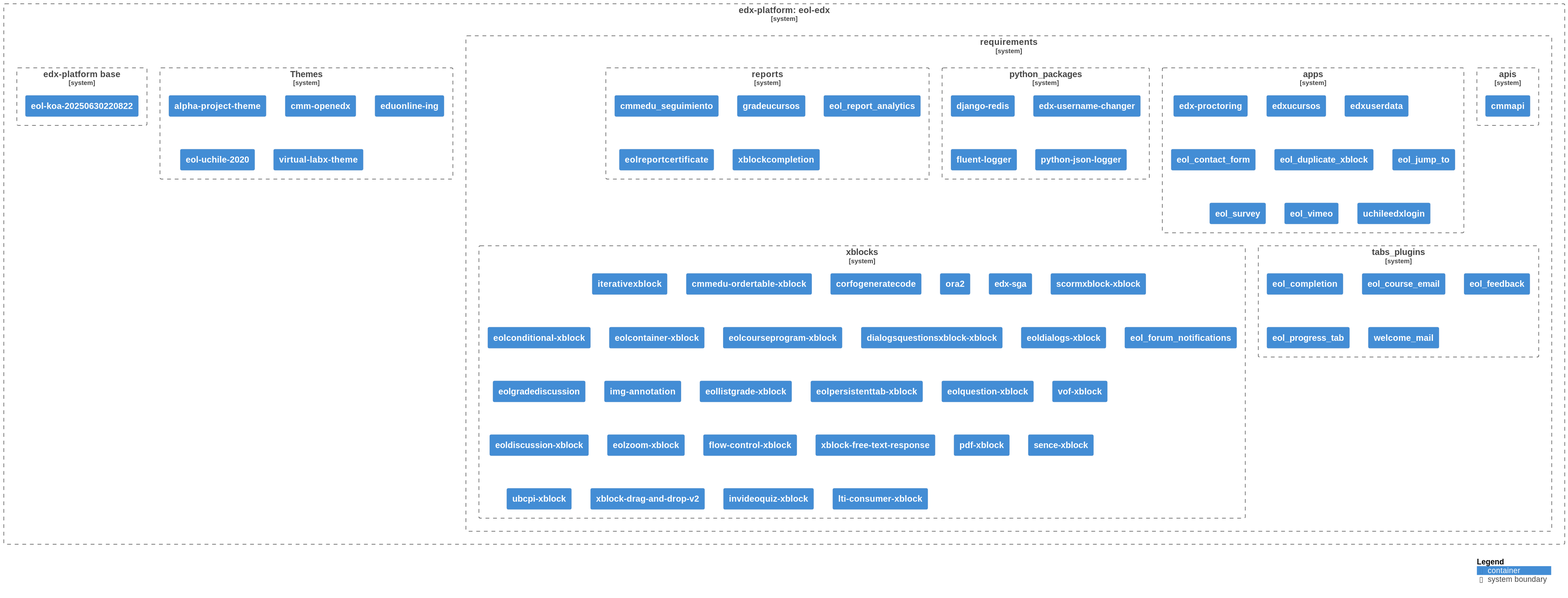
The PlantUML diagram diagrams/diagram.svg in eol-uchile/eol-edx, before a commit. Source of this version:
```plantuml
@startuml
!define C4Container https://raw.githubusercontent.com/plantuml-stdlib/C4-PlantUML/master/C4_Container.puml
!include C4Container

skinparam svgLinkTarget foo

System_Boundary(c1, "edx-platform: eol-edx", $link="https://github.com/eol-uchile/eol-edx") {
    System_Boundary(c2, "requirements", $link="https://github.com/eol-uchile/eol-edx/blob/eol-release/koa/requirements/") {

            System_Boundary(apis, "apis", $link="https://github.com/eol-uchile/eol-edx/blob/eol-release/koa/requirements/apis.txt") {

                Container(apis1, "cmmapi", $link="https://github.com/eol-uchile/CMM-API/commit/03c52a7087341288f01aa3fe130c6d3f0e34cade")

            }

            System_Boundary(apps, "apps", $link="https://github.com/eol-uchile/eol-edx/blob/eol-release/koa/requirements/apps.txt") {

                Container(apps1, "edx-proctoring", $link="https://github.com/eol-uchile/edx-proctoring/commit/a928e8a15aaad5bfa7a2fa34005a95b6e36eb713")

                Container(apps2, "edxucursos", $link="https://github.com/eol-uchile/edx-ucursos/releases/tag/0.1.0")

                Container(apps3, "edxuserdata", $link="https://github.com/eol-uchile/edx-userdata/releases/tag/0.0.2")

                Container(apps4, "eol_contact_form", $link="https://github.com/eol-uchile/eol_contact_form/commit/c59e764eee1c8bcae8fb25011a78b2353d14aa63")

                Container(apps5, "eol_duplicate_xblock", $link="https://github.com/eol-uchile/eol_duplicate_xblock/releases/tag/1.0.0")

                Container(apps6, "eol_jump_to", $link="https://github.com/eol-uchile/eol_jump_to/releases/tag/0.0.1")

                Container(apps7, "eol_survey", $link="https://github.com/eol-uchile/eol_survey/releases/tag/1.0.0")

                Container(apps8, "eol_vimeo", $link="https://github.com/eol-uchile/eol_vimeo/releases/tag/1.0.0")

                Container(apps9, "uchileedxlogin", $link="https://github.com/eol-uchile/uchileedxlogin/releases/tag/0.0.1")

            }

            System_Boundary(python_packages, "python_packages", $link="https://github.com/eol-uchile/eol-edx/blob/eol-release/koa/requirements/python_packages.txt") {

                Container(python_packages1, "django-redis")

                Container(python_packages2, "edx-username-changer", $link="https://github.com/mitodl/edx-username-changer.git/releases/tag/main")

                Container(python_packages3, "fluent-logger")

                Container(python_packages4, "python-json-logger")

            }

            System_Boundary(reports, "reports", $link="https://github.com/eol-uchile/eol-edx/blob/eol-release/koa/requirements/reports.txt") {

                Container(reports1, "cmmedu_seguimiento", $link="https://github.com/cmmedu/cmmedu-seguimiento/releases/tag/v1.0.4")

                Container(reports2, "gradeucursos", $link="https://github.com/eol-uchile/eol_grade_ucursos/releases/tag/1.0.0")

                Container(reports3, "eol_report_analytics", $link="https://github.com/eol-uchile/eol_report_analytics/commit/feef8ef18e1e1f3959c1a6073ccdb365a7c14466")

                Container(reports4, "eolreportcertificate", $link="https://github.com/eol-uchile/eol_report_certificate/releases/tag/1.0.0")

                Container(reports5, "xblockcompletion", $link="https://github.com/eol-uchile/eol_xblock_completion/releases/tag/0.0.3")

            }

            System_Boundary(tabs_plugins, "tabs_plugins", $link="https://github.com/eol-uchile/eol-edx/blob/eol-release/koa/requirements/tabs_plugins.txt") {

                Container(tabs_plugins1, "eol_completion", $link="https://github.com/eol-uchile/eol_completion/releases/tag/0.0.1")

                Container(tabs_plugins2, "eol_course_email", $link="https://github.com/eol-uchile/eol_course_email/commit/cfcca8a18389f64a1383f686a684c585019d16f1")

                Container(tabs_plugins3, "eol_feedback", $link="https://github.com/eol-uchile/eol_feedback/commit/8fb78e4a9acfe2d1d3e48c296721029ec9b7cdf1")

                Container(tabs_plugins4, "eol_progress_tab", $link="https://github.com/eol-uchile/eol_progress_tab/releases/tag/0.0.1")

                Container(tabs_plugins5, "welcome_mail", $link="https://github.com/eol-uchile/eol_welcome_mail/releases/tag/0.0.1")

            }

            System_Boundary(xblocks, "xblocks", $link="https://github.com/eol-uchile/eol-edx/blob/eol-release/koa/requirements/xblocks.txt") {

                Container(xblocks1, "iterativexblock", $link="https://github.com/cmmedu/iterative-xblock/releases/tag/v1.0.5")

                Container(xblocks2, "cmmedu-ordertable-xblock", $link="https://github.com/cmmedu/cmmedu-ordertable-xblock/releases/tag/v1.0.1")

                Container(xblocks3, "corfogeneratecode", $link="https://github.com/eol-uchile/corfo_generate_code/releases/tag/1.0.0")

                Container(xblocks4, "ora2", $link="https://github.com/eol-uchile/edx-ora2/commit/e873498bd2671b830f19a2441ec1608b7d4bbbc4")

                Container(xblocks5, "edx-sga", $link="https://github.com/eol-uchile/edx-sga/commit/12948a546025eddf570eee59820b0356d42f6620")

                Container(xblocks6, "scormxblock-xblock", $link="https://github.com/eol-uchile/edx_xblock_scorm/commit/c23184c0e22a7847f0b0c917bbe431c2973770fb")

                Container(xblocks7, "eolconditional-xblock", $link="https://github.com/eol-uchile/eol-conditional-xblock/releases/tag/1.0.0")

                Container(xblocks8, "eolcontainer-xblock", $link="https://github.com/eol-uchile/eol-container-xblock/releases/tag/v1.0.0")

                Container(xblocks9, "eolcourseprogram-xblock", $link="https://github.com/eol-uchile/eol-course-program-xblock/commit/df549273a21c6b4674c6645940d7f33c4c8a2aea")

                Container(xblocks10, "dialogsquestionsxblock-xblock", $link="https://github.com/eol-uchile/eol-dialogs-question-xblock/releases/tag/v1.0.0")

                Container(xblocks11, "eoldialogs-xblock", $link="https://github.com/eol-uchile/eol-dialogs-xblock/commit/d7386ecf32511ce720173276736a11cc3a1301c5")

                Container(xblocks12, "eol_forum_notifications", $link="https://github.com/eol-uchile/eol_forum_notifications/releases/tag/1.0.0")

                Container(xblocks13, "eolgradediscussion", $link="https://github.com/eol-uchile/eol_gradeforum_xblock/commit/1b5160b01a081aa68b42f9aed87845fa88b2b8a0")

                Container(xblocks14, "img-annotation", $link="https://github.com/eol-uchile/eol_img_annotation/releases/tag/1.0.0")

                Container(xblocks15, "eollistgrade-xblock", $link="https://github.com/eol-uchile/eol_list_grade/releases/tag/1.0.0")

                Container(xblocks16, "eolpersistenttab-xblock", $link="https://github.com/eol-uchile/eol-persistent-tab-xblock/releases/tag/1.0.0")

                Container(xblocks17, "eolquestion-xblock", $link="https://github.com/eol-uchile/eol-question-xblock/releases/tag/v1.0.0")

                Container(xblocks18, "vof-xblock", $link="https://github.com/eol-uchile/eol-vof-xblock/releases/tag/v1.0.1")

                Container(xblocks19, "eoldiscussion-xblock", $link="https://github.com/eol-uchile/eol_xblock_discussion/releases/tag/1.0.0")

                Container(xblocks20, "eolzoom-xblock", $link="https://github.com/eol-uchile/eol-zoom-xblock/releases/tag/1.0.0")

                Container(xblocks21, "flow-control-xblock", $link="https://github.com/eol-uchile/flow-control-xblock/releases/tag/v1.0.1")

                Container(xblocks22, "xblock-free-text-response", $link="https://github.com/eol-uchile/free-text-response/commit/eec58e583bde6aa5098230e4c74a1e59fb9f7702")

                Container(xblocks23, "pdf-xblock", $link="https://github.com/eol-uchile/pdfXBlock/releases/tag/v0.5.1")

                Container(xblocks24, "sence-xblock", $link="https://github.com/eol-uchile/sence-xblock/commit/5371a282b1f189c3334920493928df38f28e50fa")

                Container(xblocks25, "ubcpi-xblock", $link="https://github.com/eol-uchile/ubcpi/releases/tag/1.0.0")

                Container(xblocks26, "xblock-drag-and-drop-v2", $link="https://github.com/eol-uchile/xblock-drag-and-drop-v2/commit/58d8a691cf9210220925f3d2957b39a377f6704c")

                Container(xblocks27, "invideoquiz-xblock", $link="https://github.com/eol-uchile/xblock-in-video-quiz/commit/1555dcbd96341f19b76f915f0135f46192869796")

                Container(xblocks28, "lti-consumer-xblock", $link="https://github.com/eol-uchile/xblock-lti-consumer/commit/b1384343be9ae1a4d6de5760a3a5c1475a3024cf")

            }

    }

    System_Boundary(theme, "Themes", $link="https://github.com/eol-uchile/eol-edx/blob/eol-release/koa/themes/") {

            Container(theme1, "alpha-project-theme", $link="https://github.com/eol-uchile/alpha-project-theme")

            Container(theme2, "cmm-openedx", $link="https://github.com/eol-uchile/cmm-openedx")

            Container(theme3, "eduonline-ing", $link="https://github.com/eol-uchile/eol_eduonline_ing_theme")

            Container(theme4, "eol-uchile-2020", $link="https://github.com/eol-uchile/eol-uchile-theme-2020")

            Container(theme5, "virtual-labx-theme", $link="https://github.com/eol-uchile/virtual-labx-theme.git")

    }

    System_Boundary(dockerfile, "edx-platform base", $link="https://github.com/eol-uchile/eol-edx/blob/eol-release/koa/Dockerfile") {
            Container(dk, "eol-koa-20250630220822", $link="https://ghcr.io/eol-uchile/edx-platform:eol-koa-20250630220822")
    }
}

SHOW_LEGEND()
@enduml
```
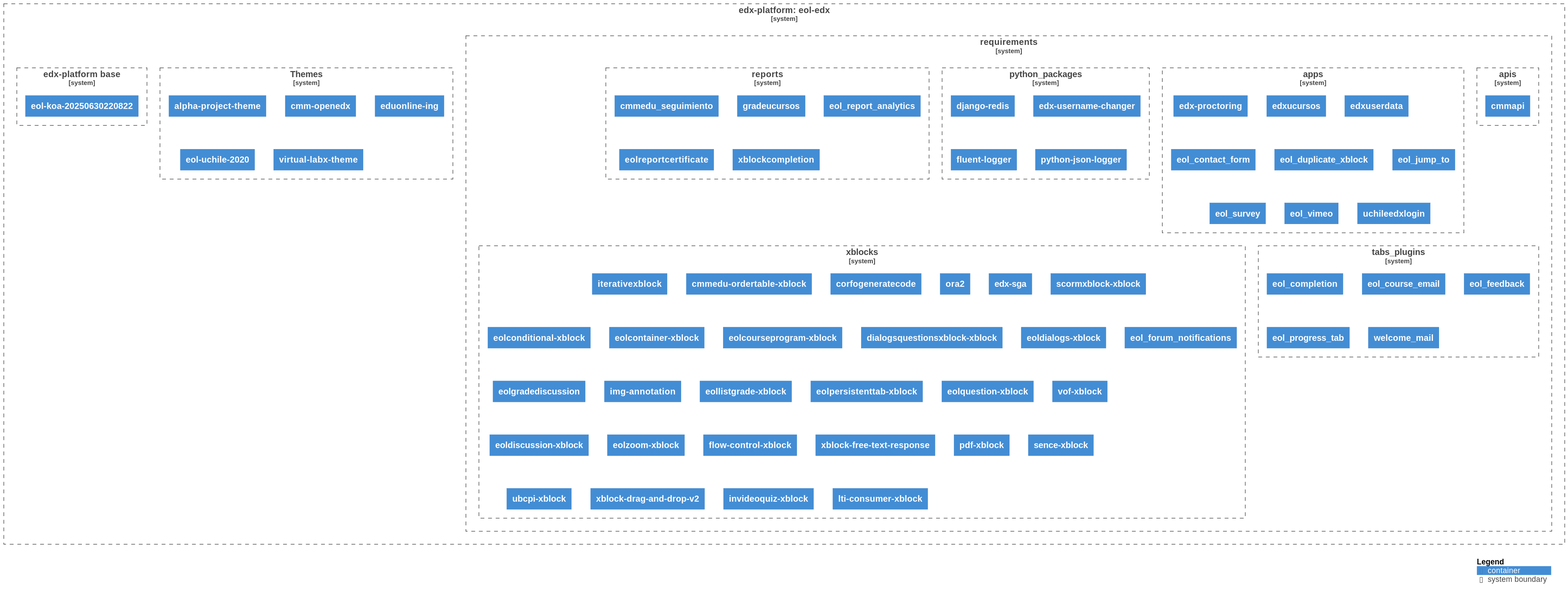
The same file after the commit.

Commit message:
chore: Auto-generate UML diagram

Change to the diagram source:
```diff
@@ -115,7 +115,7 @@
 
                 Container(xblocks19, "eoldiscussion-xblock", $link="https://github.com/eol-uchile/eol_xblock_discussion/releases/tag/1.0.0")
 
-                Container(xblocks20, "eolzoom-xblock", $link="https://github.com/eol-uchile/eol-zoom-xblock/releases/tag/1.0.0")
+                Container(xblocks20, "eolzoom-xblock", $link="https://github.com/eol-uchile/eol-zoom-xblock/releases/tag/1.1.2")
 
                 Container(xblocks21, "flow-control-xblock", $link="https://github.com/eol-uchile/flow-control-xblock/releases/tag/v1.0.1")
 
```
